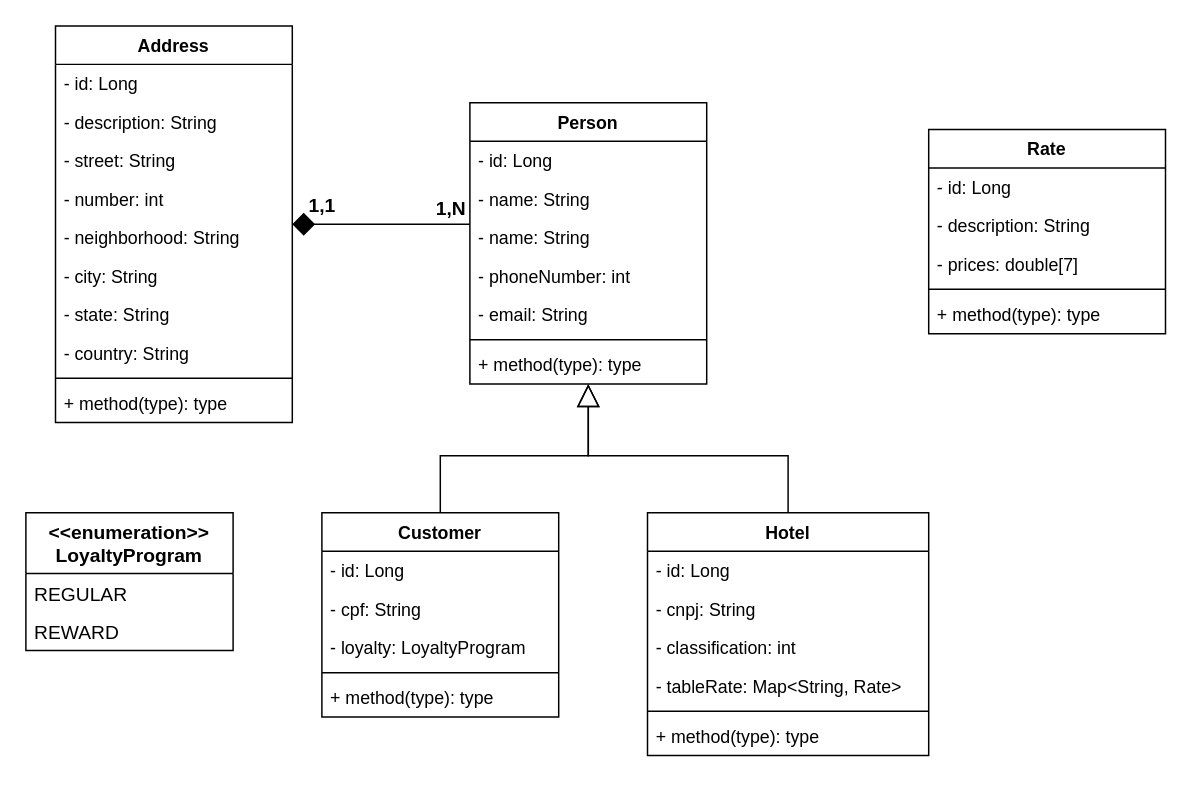
Earlier version of the draw.io diagram src/main/resources/ClassDiagram.drawio (andrehgustavo/hotel-reservation-service). Source tidied: cells renumbered, new cells numbered last; positions are measured from the earlier drawing's top-left corner, leaving out a move shared by most shapes. Both pictures are drawn from the tidied source at 148%, with x=0, y=0 at pixel (25, 25).
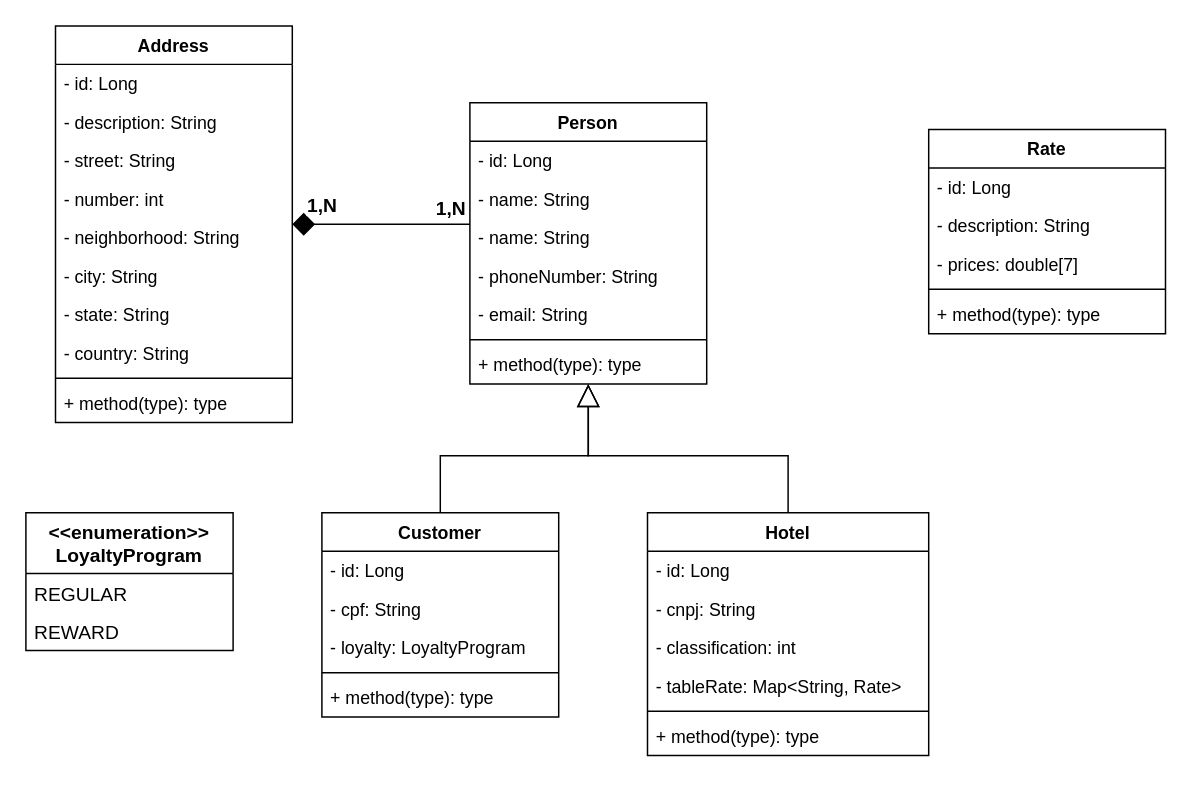
The same diagram, later.

The change refers to these unchanged cells:
```xml
<mxCell id="34" style="edgeStyle=orthogonalEdgeStyle;rounded=0;jumpSize=6;jettySize=auto;html=1;entryX=1;entryY=0.5;entryDx=0;entryDy=0;startArrow=none;startFill=0;endArrow=diamond;endFill=1;startSize=13;endSize=13;" parent="1" edge="1" source="37" target="23">
  <mxGeometry relative="1" as="geometry">
    <Array as="points">
      <mxPoint x="270" y="134" />
      <mxPoint x="270" y="134" />
    </Array>
  </mxGeometry>
</mxCell>
<mxCell id="37" value="Person" style="swimlane;fontStyle=1;align=center;verticalAlign=top;horizontal=1;startSize=26;" parent="1" vertex="1">
  <mxGeometry x="300" y="52" width="160" height="190" as="geometry" />
</mxCell>
```

Change to the diagram source:
```diff
@@
-    <mxCell id="36" value="1,1" style="edgeLabel;html=1;align=center;verticalAlign=middle;fontSize=13;fontStyle=1;" parent="34" vertex="1">
+    <mxCell id="36" value="1,N" style="edgeLabel;html=1;align=center;verticalAlign=middle;fontSize=13;fontStyle=1;" parent="34" vertex="1">
       <mxGeometry x="0.68" y="1" relative="1" as="geometry">
         <mxPoint y="-15" as="offset" />
       </mxGeometry>
     </mxCell>
@@
-    <mxCell id="41" value="- phoneNumber: int" style="text;strokeColor=none;fillColor=none;align=left;verticalAlign=top;spacingLeft=4;spacingRight=4;overflow=hidden;" parent="37" vertex="1">
+    <mxCell id="41" value="- phoneNumber: String" style="text;strokeColor=none;fillColor=none;align=left;verticalAlign=top;spacingLeft=4;spacingRight=4;overflow=hidden;" parent="37" vertex="1">
       <mxGeometry y="104" width="160" height="26" as="geometry" />
     </mxCell>
```
